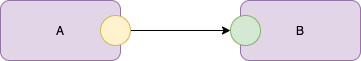
The draw.io diagram assets/2021-08-28-Simple Diagrams-Ports.png in guitarvydas/guitarvydas.github.io, before a commit. Source tidied: cells renumbered, new cells last; positions are measured from the earlier drawing's top-left corner, leaving out a move shared by most shapes. The source it was exported from:
```xml
<mxGraphModel>
  <root>
    <mxCell id="0" />
    <mxCell id="1" parent="0" />
    <mxCell id="2" value="A" style="rounded=1;whiteSpace=wrap;html=1;fillColor=#e1d5e7;strokeColor=#9673a6;" parent="1" vertex="1">
      <mxGeometry width="120" height="60" as="geometry" />
    </mxCell>
    <mxCell id="3" value="B" style="rounded=1;whiteSpace=wrap;html=1;fillColor=#e1d5e7;strokeColor=#9673a6;" parent="1" vertex="1">
      <mxGeometry x="240" width="120" height="60" as="geometry" />
    </mxCell>
    <mxCell id="4" style="edgeStyle=orthogonalEdgeStyle;rounded=0;jettySize=auto;html=1;exitX=1;exitY=0.5;exitDx=0;exitDy=0;" parent="1" edge="1" source="5" target="6">
      <mxGeometry relative="1" as="geometry" />
    </mxCell>
    <mxCell id="5" style="ellipse;whiteSpace=wrap;html=1;fillColor=#fff2cc;strokeColor=#d6b656;" parent="1" vertex="1">
      <mxGeometry x="100" y="15" width="30" height="30" as="geometry" />
    </mxCell>
    <mxCell id="6" style="ellipse;whiteSpace=wrap;html=1;fillColor=#d5e8d4;strokeColor=#82b366;" parent="1" vertex="1">
      <mxGeometry x="230" y="15" width="30" height="30" as="geometry" />
    </mxCell>
  </root>
</mxGraphModel>
```
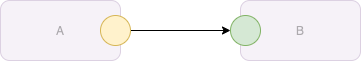
After the commit.

What changed in the source:
```diff
@@ -2,10 +2,10 @@
   <root>
     <mxCell id="0" />
     <mxCell id="1" parent="0" />
-    <mxCell id="2" value="A" style="rounded=1;whiteSpace=wrap;html=1;fillColor=#e1d5e7;strokeColor=#9673a6;" parent="1" vertex="1">
+    <mxCell id="2" value="A" style="rounded=1;whiteSpace=wrap;html=1;fillColor=#e1d5e7;strokeColor=#9673a6;opacity=30;textOpacity=30;" parent="1" vertex="1">
       <mxGeometry width="120" height="60" as="geometry" />
     </mxCell>
-    <mxCell id="3" value="B" style="rounded=1;whiteSpace=wrap;html=1;fillColor=#e1d5e7;strokeColor=#9673a6;" parent="1" vertex="1">
+    <mxCell id="3" value="B" style="rounded=1;whiteSpace=wrap;html=1;fillColor=#e1d5e7;strokeColor=#9673a6;opacity=30;textOpacity=30;" parent="1" vertex="1">
       <mxGeometry x="240" width="120" height="60" as="geometry" />
     </mxCell>
     <mxCell id="4" style="edgeStyle=orthogonalEdgeStyle;rounded=0;jettySize=auto;html=1;exitX=1;exitY=0.5;exitDx=0;exitDy=0;" parent="1" edge="1" source="5" target="6">
```
